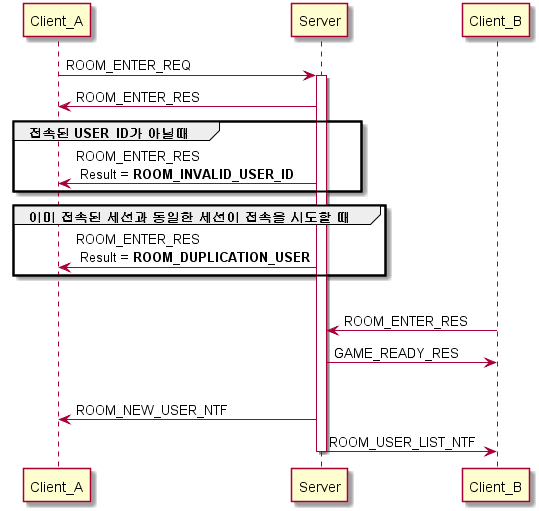
The PlantUML diagram doc/02RoomEnterReq.png in woo4705/GoLangTetrisServer, before a commit.
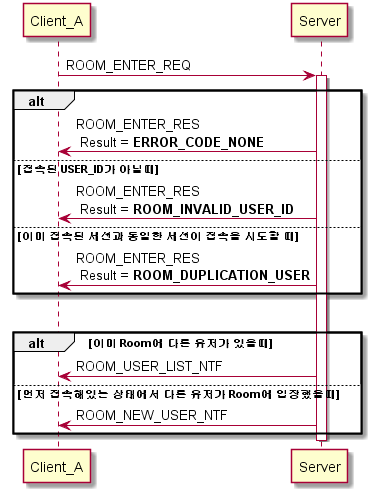
After the commit.

Change to the diagram source:
```diff
@@ -7,25 +7,23 @@
 
 activate Server
 
-Server -> Client_A: ROOM_ENTER_RES
+alt
+Server -> Client_A: ROOM_ENTER_RES \n Result = **ERROR_CODE_NONE**
 
-group 접속된 USER_ID가 아닐때
+else 접속된 USER_ID가 아닐때
 Server -> Client_A: ROOM_ENTER_RES \n Result = **ROOM_INVALID_USER_ID**
-end
 
-group 이미 접속된 세션과 동일한 세션이 접속을 시도할 때
+else 이미 접속된 세션과 동일한 세션이 접속을 시도할 때
 Server -> Client_A: ROOM_ENTER_RES \n Result = **ROOM_DUPLICATION_USER**
 end
 
 |||
 
-
-Client_B -> Server: ROOM_ENTER_RES
-Server -> Client_B: GAME_READY_RES
-|||
+alt 이미 Room에 다른 유저가 있을때
+Server -> Client_A: ROOM_USER_LIST_NTF
+else 먼저 접속해있는 상태에서 다른 유저가 Room에 입장했을때
 Server -> Client_A: ROOM_NEW_USER_NTF
-Server -> Client_B: ROOM_USER_LIST_NTF
-
+end
 
 deactivate
 
```
